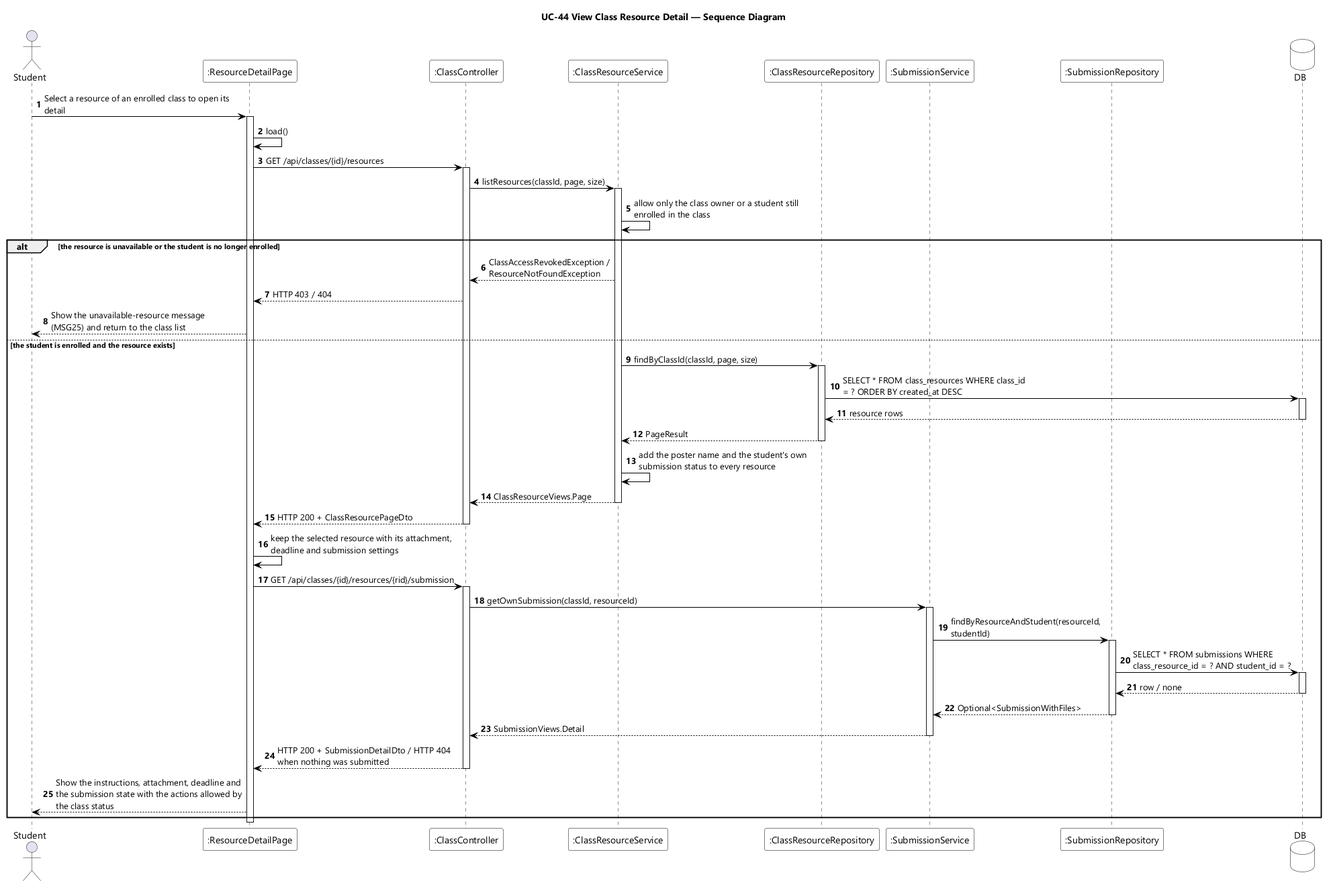
This is designs/sds-diagrams/uc44/uc44-sequence-diagram.png from EduA-system/EduA-system, a PlantUML export, as it was before one commit.
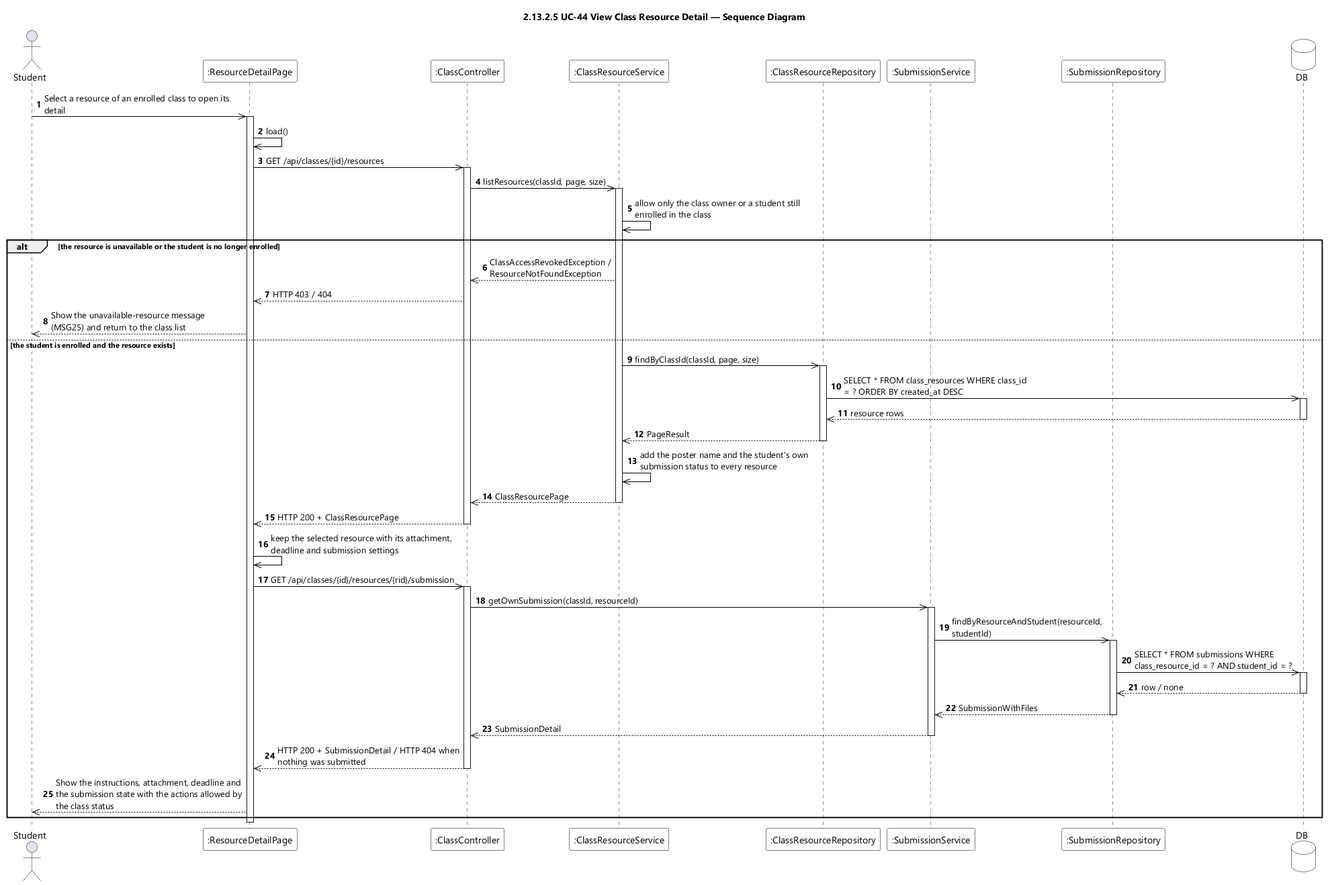
The same diagram one commit later.

Diff of the diagram source:
```diff
@@ -9,7 +9,7 @@
 skinparam ArrowColor #000000
 skinparam sequenceMessageAlign left
 skinparam maxMessageSize 280
-title UC-44 View Class Resource Detail — Sequence Diagram
+title 2.13.2.5 UC-44 View Class Resource Detail — Sequence Diagram
 
 actor Student
 participant ":ResourceDetailPage" as UI
@@ -21,52 +21,52 @@
 database DB
 
 autonumber
-Student -> UI : Select a resource of an enrolled class to open its detail
+Student ->> UI : Select a resource of an enrolled class to open its detail
 activate UI
-UI -> UI : load()
-UI -> CTL : GET /api/classes/{id}/resources
+UI ->> UI : load()
+UI ->> CTL : GET /api/classes/{id}/resources
 activate CTL
-CTL -> RSVC : listResources(classId, page, size)
+CTL ->> RSVC : listResources(classId, page, size)
 activate RSVC
-RSVC -> RSVC : allow only the class owner or a student still enrolled in the class
+RSVC ->> RSVC : allow only the class owner or a student still enrolled in the class
 
 alt the resource is unavailable or the student is no longer enrolled
-  RSVC --> CTL : ClassAccessRevokedException / ResourceNotFoundException
-  CTL --> UI : HTTP 403 / 404
-  UI --> Student : Show the unavailable-resource message (MSG25) and return to the class list
+  RSVC -->> CTL : ClassAccessRevokedException / ResourceNotFoundException
+  CTL -->> UI : HTTP 403 / 404
+  UI -->> Student : Show the unavailable-resource message (MSG25) and return to the class list
 else the student is enrolled and the resource exists
-  RSVC -> RREPO : findByClassId(classId, page, size)
+  RSVC ->> RREPO : findByClassId(classId, page, size)
   activate RREPO
-  RREPO -> DB : SELECT * FROM class_resources WHERE class_id = ? ORDER BY created_at DESC
+  RREPO ->> DB : SELECT * FROM class_resources WHERE class_id = ? ORDER BY created_at DESC
   activate DB
-  DB --> RREPO : resource rows
+  DB -->> RREPO : resource rows
   deactivate DB
-  RREPO --> RSVC : PageResult
+  RREPO -->> RSVC : PageResult
   deactivate RREPO
-  RSVC -> RSVC : add the poster name and the student's own submission status to every resource
-  RSVC --> CTL : ClassResourceViews.Page
+  RSVC ->> RSVC : add the poster name and the student's own submission status to every resource
+  RSVC -->> CTL : ClassResourcePage
   deactivate RSVC
-  CTL --> UI : HTTP 200 + ClassResourcePageDto
+  CTL -->> UI : HTTP 200 + ClassResourcePage
   deactivate CTL
-  UI -> UI : keep the selected resource with its attachment, deadline and submission settings
+  UI ->> UI : keep the selected resource with its attachment, deadline and submission settings
 
-  UI -> CTL : GET /api/classes/{id}/resources/{rid}/submission
+  UI ->> CTL : GET /api/classes/{id}/resources/{rid}/submission
   activate CTL
-  CTL -> SSVC : getOwnSubmission(classId, resourceId)
+  CTL ->> SSVC : getOwnSubmission(classId, resourceId)
   activate SSVC
-  SSVC -> SREPO : findByResourceAndStudent(resourceId, studentId)
+  SSVC ->> SREPO : findByResourceAndStudent(resourceId, studentId)
   activate SREPO
-  SREPO -> DB : SELECT * FROM submissions WHERE class_resource_id = ? AND student_id = ?
+  SREPO ->> DB : SELECT * FROM submissions WHERE class_resource_id = ? AND student_id = ?
   activate DB
-  DB --> SREPO : row / none
+  DB -->> SREPO : row / none
   deactivate DB
-  SREPO --> SSVC : Optional<SubmissionWithFiles>
+  SREPO -->> SSVC : SubmissionWithFiles
   deactivate SREPO
-  SSVC --> CTL : SubmissionViews.Detail
+  SSVC -->> CTL : SubmissionDetail
   deactivate SSVC
-  CTL --> UI : HTTP 200 + SubmissionDetailDto / HTTP 404 when nothing was submitted
+  CTL -->> UI : HTTP 200 + SubmissionDetail / HTTP 404 when nothing was submitted
   deactivate CTL
-  UI --> Student : Show the instructions, attachment, deadline and the submission state with the actions allowed by the class status
+  UI -->> Student : Show the instructions, attachment, deadline and the submission state with the actions allowed by the class status
 end
 deactivate UI
 @enduml
```
